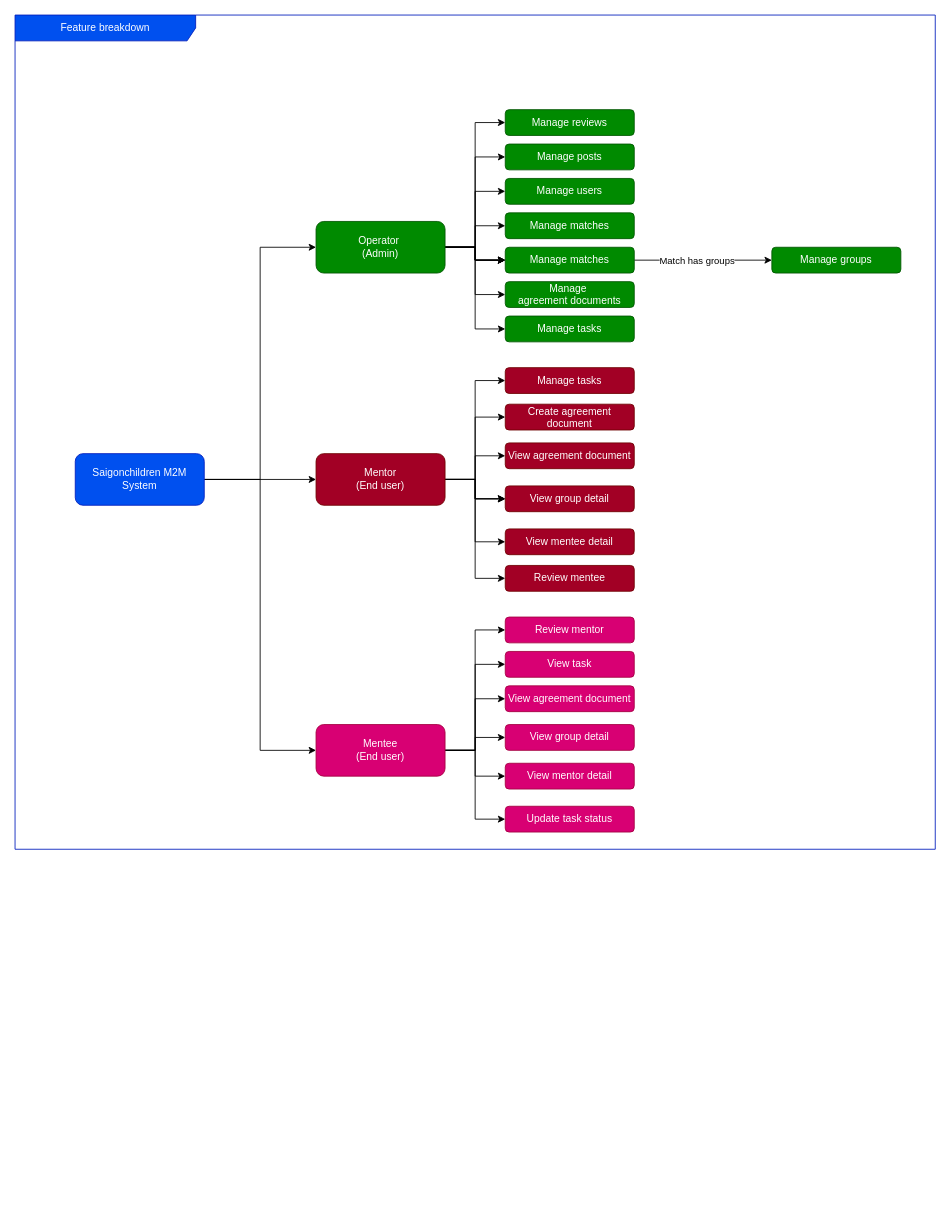
Above: docs/scc_feature_breakdown.drawio in scc-big-buddy-liltle-buddy/documentation (draw.io), before the change. Source tidied: cells renumbered, new cells numbered last; positions are measured from the earlier drawing's top-left corner, leaving out a move shared by most shapes. Both pictures are drawn from the tidied source at 86%, with x=0, y=0 at pixel (15, 15).
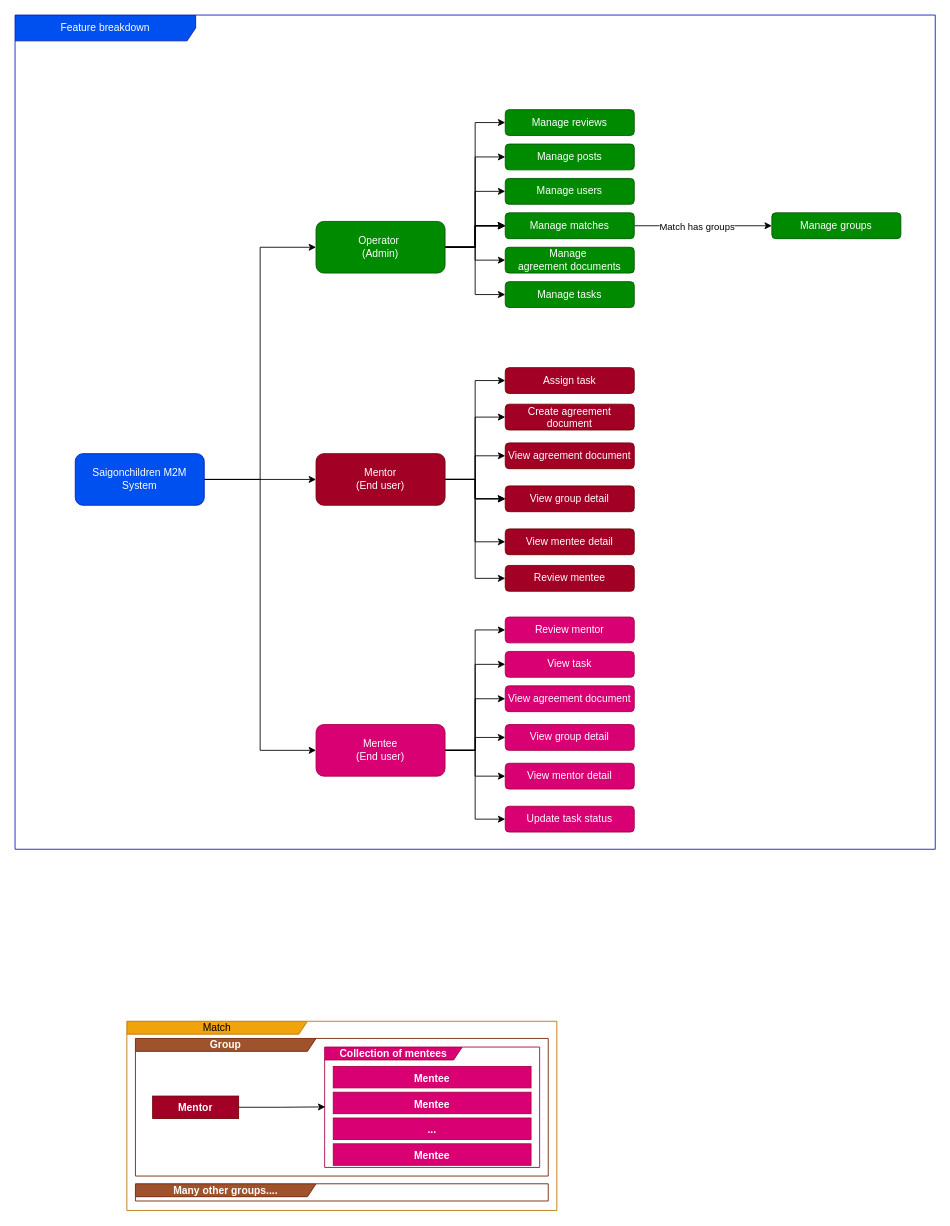
The same page after the edit.

The change refers to these unchanged cells:
```xml
<mxCell id="17" value="Operator&amp;nbsp;&lt;div&gt;(Admin)&lt;/div&gt;" style="rounded=1;whiteSpace=wrap;html=1;fillColor=#008a00;fontColor=#ffffff;strokeColor=#005700;" parent="1" vertex="1">
  <mxGeometry x="350" y="240" width="150" height="60" as="geometry" />
</mxCell>
```

What changed in the source:
```diff
@@
-    <mxCell id="6" style="edgeStyle=orthogonalEdgeStyle;rounded=0;jettySize=auto;html=1;entryX=0;entryY=0.5;entryDx=0;entryDy=0;" parent="1" edge="1" source="17" target="19">
-      <mxGeometry relative="1" as="geometry" />
-    </mxCell>
@@
-    <mxCell id="19" value="Manage matches" style="rounded=1;whiteSpace=wrap;html=1;fillColor=#008a00;fontColor=#ffffff;strokeColor=#005700;" parent="1" vertex="1">
-      <mxGeometry x="570" y="230" width="150" height="30" as="geometry" />
-    </mxCell>
@@
     <mxCell id="22" value="Manage matches" style="rounded=1;whiteSpace=wrap;html=1;fillColor=#008a00;fontColor=#ffffff;strokeColor=#005700;" parent="1" vertex="1">
-      <mxGeometry x="570" y="270" width="150" height="30" as="geometry" />
+      <mxGeometry x="570" y="230" width="150" height="30" as="geometry" />
     </mxCell>
     <mxCell id="23" value="Manage&amp;nbsp;&lt;div&gt;agreement documents&lt;/div&gt;" style="rounded=1;whiteSpace=wrap;html=1;fillColor=#008a00;fontColor=#ffffff;strokeColor=#005700;" parent="1" vertex="1">
-      <mxGeometry x="570" y="310" width="150" height="30" as="geometry" />
+      <mxGeometry x="570" y="270" width="150" height="30" as="geometry" />
     </mxCell>
@@
     <mxCell id="42" value="Manage groups" style="rounded=1;whiteSpace=wrap;html=1;fillColor=#008a00;fontColor=#ffffff;strokeColor=#005700;" parent="1" vertex="1">
-      <mxGeometry x="880" y="270" width="150" height="30" as="geometry" />
+      <mxGeometry x="880" y="230" width="150" height="30" as="geometry" />
     </mxCell>
@@
-    <mxCell id="49" value="Manage tasks" style="rounded=1;whiteSpace=wrap;html=1;fillColor=#a20025;fontColor=#ffffff;strokeColor=#6F0000;" parent="1" vertex="1">
+    <mxCell id="49" value="Assign task" style="rounded=1;whiteSpace=wrap;html=1;fillColor=#a20025;fontColor=#ffffff;strokeColor=#6F0000;" parent="1" vertex="1">
       <mxGeometry x="570" y="410" width="150" height="30" as="geometry" />
     </mxCell>
     <mxCell id="50" value="Manage tasks" style="rounded=1;whiteSpace=wrap;html=1;fillColor=#008a00;fontColor=#ffffff;strokeColor=#005700;" parent="1" vertex="1">
-      <mxGeometry x="570" y="350" width="150" height="30" as="geometry" />
+      <mxGeometry x="570" y="310" width="150" height="30" as="geometry" />
     </mxCell>
@@
+    <mxCell id="57" value="Match" style="shape=umlFrame;whiteSpace=wrap;html=1;width=210;height=15;fillColor=#f0a30a;fontColor=#000000;strokeColor=#BD7000;" parent="1" vertex="1">
+      <mxGeometry x="130" y="1170" width="500" height="220" as="geometry" />
+    </mxCell>
+    <mxCell id="58" value="Mentor" style="text;strokeColor=#6F0000;fillColor=#a20025;align=center;verticalAlign=top;spacingLeft=4;spacingRight=4;overflow=hidden;points=[[0,0.5],[1,0.5]];portConstraint=eastwest;whiteSpace=wrap;html=1;fontColor=#ffffff;fontStyle=1;" parent="1" vertex="1">
+      <mxGeometry x="160" y="1257" width="100" height="26" as="geometry" />
+    </mxCell>
+    <mxCell id="59" value="Collection of mentees" style="shape=umlFrame;whiteSpace=wrap;html=1;width=160;height=15;fillColor=#d80073;fontColor=#ffffff;strokeColor=#A50040;fontStyle=1;" parent="1" vertex="1">
+      <mxGeometry x="360" y="1200" width="250" height="140" as="geometry" />
+    </mxCell>
+    <mxCell id="60" style="group;fontStyle=1;" parent="1" vertex="1">
+      <mxGeometry x="370" y="1222.5" width="230" height="115" as="geometry" />
+    </mxCell>
+    <mxCell id="61" value="Mentee" style="text;strokeColor=#A50040;fillColor=#d80073;align=center;verticalAlign=top;spacingLeft=4;spacingRight=4;overflow=hidden;whiteSpace=wrap;html=1;fontColor=#ffffff;fontStyle=1;" parent="60" vertex="1">
+      <mxGeometry width="230" height="25" as="geometry" />
+    </mxCell>
+    <mxCell id="62" value="..." style="text;strokeColor=#A50040;fillColor=#d80073;align=center;verticalAlign=top;spacingLeft=4;spacingRight=4;overflow=hidden;whiteSpace=wrap;html=1;fontColor=#ffffff;fontStyle=1;" parent="60" vertex="1">
+      <mxGeometry y="60" width="230" height="25" as="geometry" />
+    </mxCell>
+    <mxCell id="63" value="Mentee" style="text;strokeColor=#A50040;fillColor=#d80073;align=center;verticalAlign=top;spacingLeft=4;spacingRight=4;overflow=hidden;whiteSpace=wrap;html=1;fontColor=#ffffff;fontStyle=1;" parent="60" vertex="1">
+      <mxGeometry y="30" width="230" height="25" as="geometry" />
+    </mxCell>
+    <mxCell id="64" value="Mentee" style="text;strokeColor=#A50040;fillColor=#d80073;align=center;verticalAlign=top;spacingLeft=4;spacingRight=4;overflow=hidden;whiteSpace=wrap;html=1;fontColor=#ffffff;fontStyle=1;" parent="60" vertex="1">
+      <mxGeometry y="90" width="230" height="25" as="geometry" />
+    </mxCell>
+    <mxCell id="65" style="edgeStyle=orthogonalEdgeStyle;rounded=0;jettySize=auto;html=1;entryX=0.003;entryY=0.497;entryDx=0;entryDy=0;entryPerimeter=0;fontStyle=1;" parent="1" edge="1" source="58" target="59">
+      <mxGeometry relative="1" as="geometry" />
+    </mxCell>
+    <mxCell id="66" value="Group" style="shape=umlFrame;whiteSpace=wrap;html=1;width=210;height=15;fillColor=#a0522d;fontColor=#ffffff;strokeColor=#6D1F00;fontStyle=1;" parent="1" vertex="1">
+      <mxGeometry x="140" y="1190" width="480" height="160" as="geometry" />
+    </mxCell>
+    <mxCell id="67" value="Many other groups...." style="shape=umlFrame;whiteSpace=wrap;html=1;width=210;height=15;fillColor=#a0522d;fontColor=#ffffff;strokeColor=#6D1F00;fontStyle=1;" parent="1" vertex="1">
+      <mxGeometry x="140" y="1359" width="480" height="20" as="geometry" />
+    </mxCell>
```
